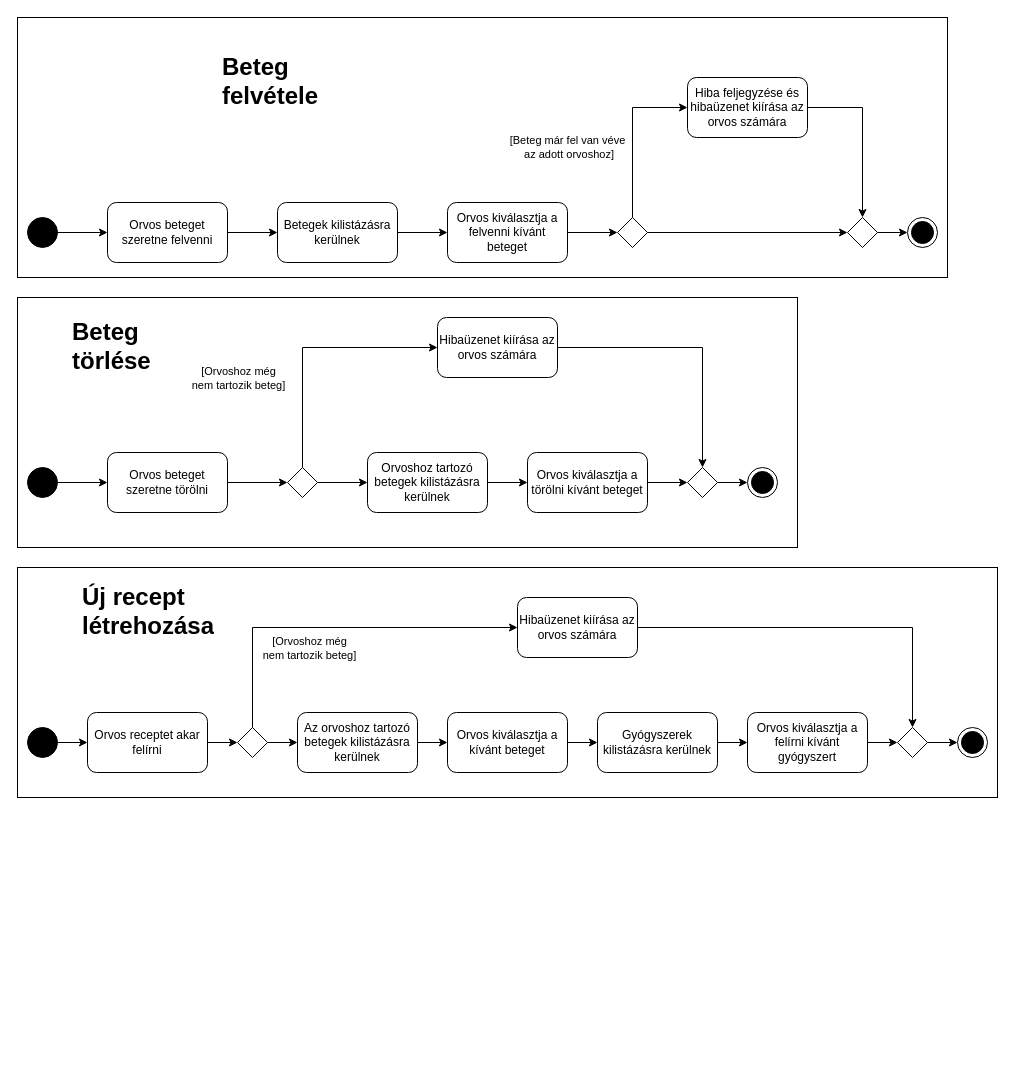
Ac1dD4v3/SzoftTech keeps this draw.io diagram as Tevekenyseg_diagramm.drawio. Above is the earlier version. Source tidied: cells renumbered, new cells numbered last; positions are measured from the earlier drawing's top-left corner, leaving out a move shared by most shapes. Both pictures are drawn from the tidied source at 100%, with x=0, y=0 at pixel (17, 17).
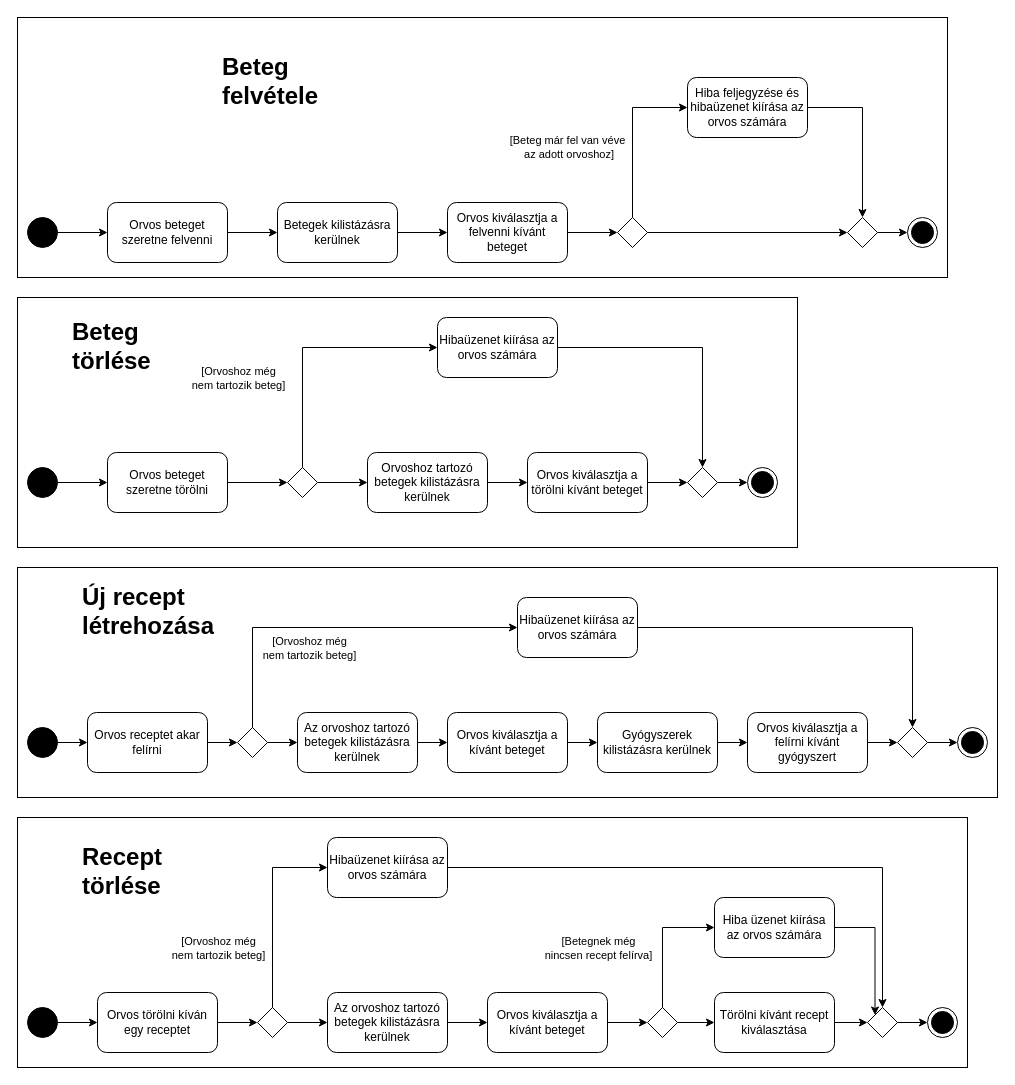
The same page after the edit.

Change to the diagram source:
```diff
@@
+    <mxCell id="65" style="group;" parent="1" vertex="1">
+      <mxGeometry y="800" width="950" height="250" as="geometry" />
+    </mxCell>
+    <mxCell id="66" style="rounded=0;whiteSpace=wrap;html=1;" parent="65" vertex="1">
+      <mxGeometry width="950" height="250" as="geometry" />
+    </mxCell>
+    <mxCell id="67" style="ellipse;fillColor=strokeColor;html=1;" parent="65" vertex="1">
+      <mxGeometry x="10" y="190" width="30" height="30" as="geometry" />
+    </mxCell>
+    <mxCell id="68" value="Orvos törölni kíván egy receptet" style="rounded=1;whiteSpace=wrap;html=1;" parent="65" vertex="1">
+      <mxGeometry x="80" y="175" width="120" height="60" as="geometry" />
+    </mxCell>
+    <mxCell id="69" style="edgeStyle=orthogonalEdgeStyle;rounded=0;jettySize=auto;html=1;exitX=1;exitY=0.5;exitDx=0;exitDy=0;entryX=0;entryY=0.5;entryDx=0;entryDy=0;" parent="65" edge="1" source="67" target="68">
+      <mxGeometry relative="1" as="geometry" />
+    </mxCell>
+    <mxCell id="70" style="rhombus;whiteSpace=wrap;html=1;" parent="65" vertex="1">
+      <mxGeometry x="240" y="190" width="30" height="30" as="geometry" />
+    </mxCell>
+    <mxCell id="71" style="edgeStyle=orthogonalEdgeStyle;rounded=0;jettySize=auto;html=1;exitX=1;exitY=0.5;exitDx=0;exitDy=0;entryX=0;entryY=0.5;entryDx=0;entryDy=0;" parent="65" edge="1" source="68" target="70">
+      <mxGeometry relative="1" as="geometry" />
+    </mxCell>
+    <mxCell id="72" value="Hibaüzenet kiírása az orvos számára" style="rounded=1;whiteSpace=wrap;html=1;" parent="65" vertex="1">
+      <mxGeometry x="310" y="20" width="120" height="60" as="geometry" />
+    </mxCell>
+    <mxCell id="73" style="edgeStyle=orthogonalEdgeStyle;rounded=0;jettySize=auto;html=1;exitX=0.5;exitY=0;exitDx=0;exitDy=0;entryX=0;entryY=0.5;entryDx=0;entryDy=0;" parent="65" edge="1" source="70" target="72">
+      <mxGeometry relative="1" as="geometry" />
+    </mxCell>
+    <mxCell id="74" value="[Orvoshoz még &lt;br&gt;nem tartozik beteg]" style="edgeLabel;html=1;align=center;verticalAlign=middle;" parent="73" vertex="1">
+      <mxGeometry x="-0.47" y="1" relative="1" as="geometry">
+        <mxPoint x="-54" y="-8" as="offset" />
+      </mxGeometry>
+    </mxCell>
+    <mxCell id="75" value="Az orvoshoz tartozó betegek kilistázásra kerülnek" style="rounded=1;whiteSpace=wrap;html=1;" parent="65" vertex="1">
+      <mxGeometry x="310" y="175" width="120" height="60" as="geometry" />
+    </mxCell>
+    <mxCell id="76" style="edgeStyle=orthogonalEdgeStyle;rounded=0;jettySize=auto;html=1;exitX=1;exitY=0.5;exitDx=0;exitDy=0;entryX=0;entryY=0.5;entryDx=0;entryDy=0;" parent="65" edge="1" source="70" target="75">
+      <mxGeometry relative="1" as="geometry" />
+    </mxCell>
+    <mxCell id="77" value="Orvos kiválasztja a kívánt beteget" style="rounded=1;whiteSpace=wrap;html=1;" parent="65" vertex="1">
+      <mxGeometry x="470" y="175" width="120" height="60" as="geometry" />
+    </mxCell>
+    <mxCell id="78" style="edgeStyle=orthogonalEdgeStyle;rounded=0;jettySize=auto;html=1;exitX=1;exitY=0.5;exitDx=0;exitDy=0;entryX=0;entryY=0.5;entryDx=0;entryDy=0;" parent="65" edge="1" source="75" target="77">
+      <mxGeometry relative="1" as="geometry" />
+    </mxCell>
+    <mxCell id="79" style="rhombus;whiteSpace=wrap;html=1;" parent="65" vertex="1">
+      <mxGeometry x="630" y="190" width="30" height="30" as="geometry" />
+    </mxCell>
+    <mxCell id="80" style="edgeStyle=orthogonalEdgeStyle;rounded=0;jettySize=auto;html=1;exitX=1;exitY=0.5;exitDx=0;exitDy=0;entryX=0;entryY=0.5;entryDx=0;entryDy=0;" parent="65" edge="1" source="77" target="79">
+      <mxGeometry relative="1" as="geometry" />
+    </mxCell>
+    <mxCell id="81" value="Törölni kívánt recept kiválasztása" style="rounded=1;whiteSpace=wrap;html=1;" parent="65" vertex="1">
+      <mxGeometry x="697" y="175" width="120" height="60" as="geometry" />
+    </mxCell>
+    <mxCell id="82" style="edgeStyle=orthogonalEdgeStyle;rounded=0;jettySize=auto;html=1;exitX=1;exitY=0.5;exitDx=0;exitDy=0;entryX=0;entryY=0.5;entryDx=0;entryDy=0;" parent="65" edge="1" source="79" target="81">
+      <mxGeometry relative="1" as="geometry" />
+    </mxCell>
+    <mxCell id="83" value="Hiba üzenet kiírása az orvos számára" style="rounded=1;whiteSpace=wrap;html=1;" parent="65" vertex="1">
+      <mxGeometry x="697" y="80" width="120" height="60" as="geometry" />
+    </mxCell>
+    <mxCell id="84" style="edgeStyle=orthogonalEdgeStyle;rounded=0;jettySize=auto;html=1;exitX=0.5;exitY=0;exitDx=0;exitDy=0;entryX=0;entryY=0.5;entryDx=0;entryDy=0;" parent="65" edge="1" source="79" target="83">
+      <mxGeometry relative="1" as="geometry" />
+    </mxCell>
+    <mxCell id="85" value="[Betegnek még &lt;br&gt;nincsen recept felírva]" style="edgeLabel;html=1;align=center;verticalAlign=middle;" parent="84" vertex="1">
+      <mxGeometry x="-0.21" y="-4" relative="1" as="geometry">
+        <mxPoint x="-69" y="-8" as="offset" />
+      </mxGeometry>
+    </mxCell>
+    <mxCell id="86" style="rhombus;whiteSpace=wrap;html=1;" parent="65" vertex="1">
+      <mxGeometry x="850" y="190" width="30" height="30" as="geometry" />
+    </mxCell>
+    <mxCell id="87" style="edgeStyle=orthogonalEdgeStyle;rounded=0;jettySize=auto;html=1;exitX=1;exitY=0.5;exitDx=0;exitDy=0;entryX=0.5;entryY=0;entryDx=0;entryDy=0;" parent="65" edge="1" source="72" target="86">
+      <mxGeometry relative="1" as="geometry" />
+    </mxCell>
+    <mxCell id="88" style="edgeStyle=orthogonalEdgeStyle;rounded=0;jettySize=auto;html=1;exitX=1;exitY=0.5;exitDx=0;exitDy=0;entryX=0;entryY=0.5;entryDx=0;entryDy=0;" parent="65" edge="1" source="81" target="86">
+      <mxGeometry relative="1" as="geometry" />
+    </mxCell>
+    <mxCell id="89" style="edgeStyle=orthogonalEdgeStyle;rounded=0;jettySize=auto;html=1;exitX=1;exitY=0.5;exitDx=0;exitDy=0;entryX=0;entryY=0;entryDx=0;entryDy=0;" parent="65" edge="1" source="83" target="86">
+      <mxGeometry relative="1" as="geometry" />
+    </mxCell>
+    <mxCell id="90" style="ellipse;html=1;shape=endState;fillColor=strokeColor;" parent="65" vertex="1">
+      <mxGeometry x="910" y="190" width="30" height="30" as="geometry" />
+    </mxCell>
+    <mxCell id="91" style="edgeStyle=orthogonalEdgeStyle;rounded=0;jettySize=auto;html=1;exitX=1;exitY=0.5;exitDx=0;exitDy=0;entryX=0;entryY=0.5;entryDx=0;entryDy=0;" parent="65" edge="1" source="86" target="90">
+      <mxGeometry relative="1" as="geometry" />
+    </mxCell>
+    <mxCell id="92" value="&lt;h1&gt;Recept törlése&lt;/h1&gt;" style="text;html=1;strokeColor=none;fillColor=none;spacing=5;spacingTop=-20;whiteSpace=wrap;overflow=hidden;rounded=0;" parent="65" vertex="1">
+      <mxGeometry x="60" y="20" width="140" height="70" as="geometry" />
+    </mxCell>
```
